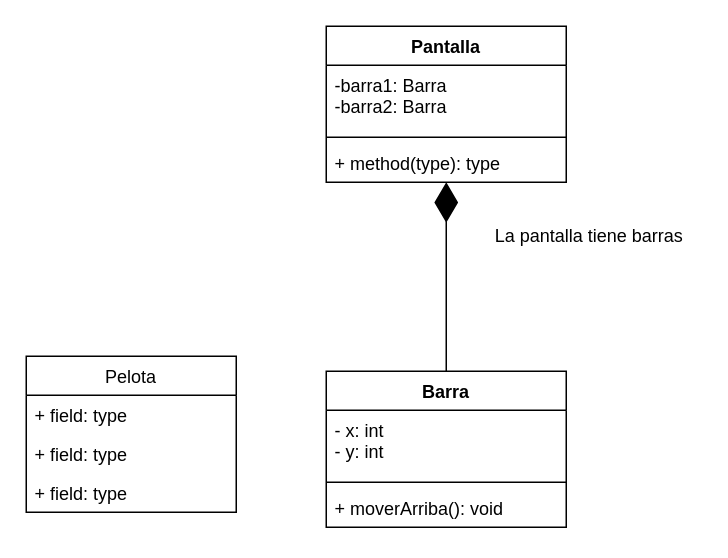
A01751729/Clase-de-cpp keeps this draw.io diagram as clase4/diagrama.drawio. Above is the earlier version. Source tidied: cells renumbered, new cells numbered last; positions are measured from the earlier drawing's top-left corner, leaving out a move shared by most shapes. Both pictures are drawn from the tidied source at 150%, with x=0, y=0 at pixel (26, 26).
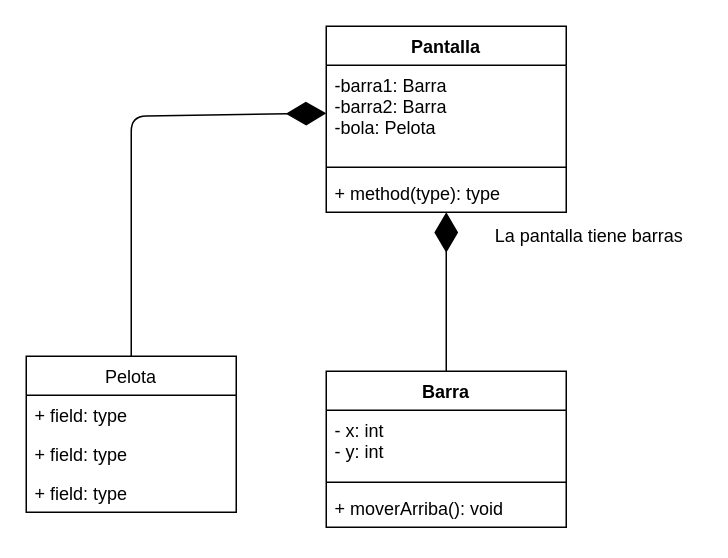
The same diagram, later.

Change to the diagram source:
```diff
@@
 <mxGraphModel>
   <root>
     <mxCell id="0" />
     <mxCell id="1" parent="0" />
     <mxCell id="2" value="Barra" style="swimlane;fontStyle=1;align=center;verticalAlign=top;horizontal=1;startSize=26;" parent="1" vertex="1">
       <mxGeometry x="200" y="230" width="160" height="104" as="geometry" />
     </mxCell>
     <mxCell id="3" value="- x: int&#10;- y: int&#10;" style="text;strokeColor=none;fillColor=none;align=left;verticalAlign=top;spacingLeft=4;spacingRight=4;overflow=hidden;" parent="2" vertex="1">
       <mxGeometry y="26" width="160" height="44" as="geometry" />
     </mxCell>
     <mxCell id="4" style="line;strokeWidth=1;fillColor=none;align=left;verticalAlign=middle;spacingTop=-1;spacingLeft=3;spacingRight=3;labelPosition=right;strokeColor=inherit;" parent="2" vertex="1">
       <mxGeometry y="70" width="160" height="8" as="geometry" />
     </mxCell>
     <mxCell id="5" value="+ moverArriba(): void" style="text;strokeColor=none;fillColor=none;align=left;verticalAlign=top;spacingLeft=4;spacingRight=4;overflow=hidden;" parent="2" vertex="1">
       <mxGeometry y="78" width="160" height="26" as="geometry" />
     </mxCell>
     <mxCell id="6" value="Pantalla" style="swimlane;fontStyle=1;align=center;verticalAlign=top;horizontal=1;startSize=26;" parent="1" vertex="1">
-      <mxGeometry x="200" width="160" height="104" as="geometry" />
+      <mxGeometry x="200" width="160" height="124" as="geometry" />
     </mxCell>
-    <mxCell id="7" value="-barra1: Barra&#10;-barra2: Barra" style="text;strokeColor=none;fillColor=none;align=left;verticalAlign=top;spacingLeft=4;spacingRight=4;overflow=hidden;points=[[0,0.5],[1,0.5]];portConstraint=eastwest;" parent="6" vertex="1">
-      <mxGeometry y="26" width="160" height="44" as="geometry" />
+    <mxCell id="7" value="-barra1: Barra&#10;-barra2: Barra&#10;-bola: Pelota" style="text;strokeColor=none;fillColor=none;align=left;verticalAlign=top;spacingLeft=4;spacingRight=4;overflow=hidden;points=[[0,0.5],[1,0.5]];portConstraint=eastwest;" parent="6" vertex="1">
+      <mxGeometry y="26" width="160" height="64" as="geometry" />
     </mxCell>
     <mxCell id="8" style="line;strokeWidth=1;fillColor=none;align=left;verticalAlign=middle;spacingTop=-1;spacingLeft=3;spacingRight=3;labelPosition=right;strokeColor=inherit;" parent="6" vertex="1">
-      <mxGeometry y="70" width="160" height="8" as="geometry" />
+      <mxGeometry y="90" width="160" height="8" as="geometry" />
     </mxCell>
     <mxCell id="9" value="+ method(type): type" style="text;strokeColor=none;fillColor=none;align=left;verticalAlign=top;spacingLeft=4;spacingRight=4;overflow=hidden;points=[[0,0.5],[1,0.5]];portConstraint=eastwest;" parent="6" vertex="1">
-      <mxGeometry y="78" width="160" height="26" as="geometry" />
+      <mxGeometry y="98" width="160" height="26" as="geometry" />
     </mxCell>
     <mxCell id="10" style="endArrow=diamondThin;endFill=1;endSize=24;html=1;exitX=0.5;exitY=0;exitDx=0;exitDy=0;" parent="1" edge="1" source="2" target="9">
       <mxGeometry relative="1" as="geometry" />
     </mxCell>
     <mxCell id="11" value="La pantalla tiene barras" style="text;html=1;align=center;verticalAlign=middle;strokeColor=none;fillColor=none;" parent="1" vertex="1">
       <mxGeometry x="300" y="125" width="150" height="30" as="geometry" />
     </mxCell>
     <mxCell id="12" value="Pelota" style="swimlane;fontStyle=0;horizontal=1;startSize=26;fillColor=none;" parent="1" vertex="1">
       <mxGeometry y="220" width="140" height="104" as="geometry" />
     </mxCell>
     <mxCell id="13" value="+ field: type" style="text;strokeColor=none;fillColor=none;align=left;verticalAlign=top;spacingLeft=4;spacingRight=4;overflow=hidden;" parent="12" vertex="1">
       <mxGeometry y="26" width="140" height="26" as="geometry" />
     </mxCell>
     <mxCell id="14" value="+ field: type" style="text;strokeColor=none;fillColor=none;align=left;verticalAlign=top;spacingLeft=4;spacingRight=4;overflow=hidden;" parent="12" vertex="1">
       <mxGeometry y="52" width="140" height="26" as="geometry" />
     </mxCell>
     <mxCell id="15" value="+ field: type" style="text;strokeColor=none;fillColor=none;align=left;verticalAlign=top;spacingLeft=4;spacingRight=4;overflow=hidden;" parent="12" vertex="1">
       <mxGeometry y="78" width="140" height="26" as="geometry" />
     </mxCell>
+    <mxCell id="16" style="endArrow=diamondThin;endFill=1;endSize=24;html=1;exitX=0.5;exitY=0;exitDx=0;exitDy=0;entryX=0;entryY=0.5;entryDx=0;entryDy=0;" parent="1" edge="1" source="12" target="7">
+      <mxGeometry relative="1" as="geometry">
+        <Array as="points">
+          <mxPoint x="70" y="60" />
+        </Array>
+      </mxGeometry>
+    </mxCell>
   </root>
 </mxGraphModel>
```
